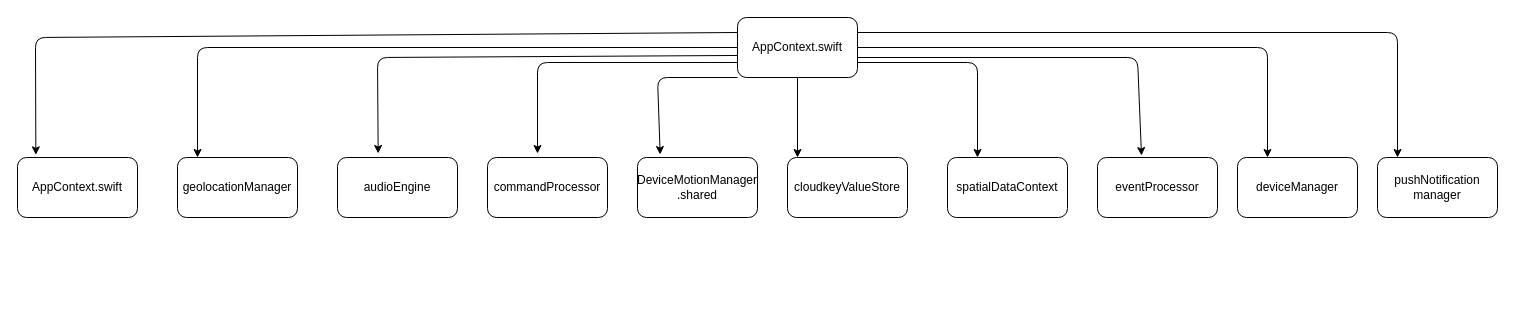
willdonlan8/test keeps this draw.io diagram as MicrosoftDraft.drawio. Above is the earlier version. Source tidied: cells renumbered, new cells numbered last; positions are measured from the earlier drawing's top-left corner, leaving out a move shared by most shapes. Both pictures are drawn from the tidied source at 100%, with x=0, y=0 at pixel (17, 17).
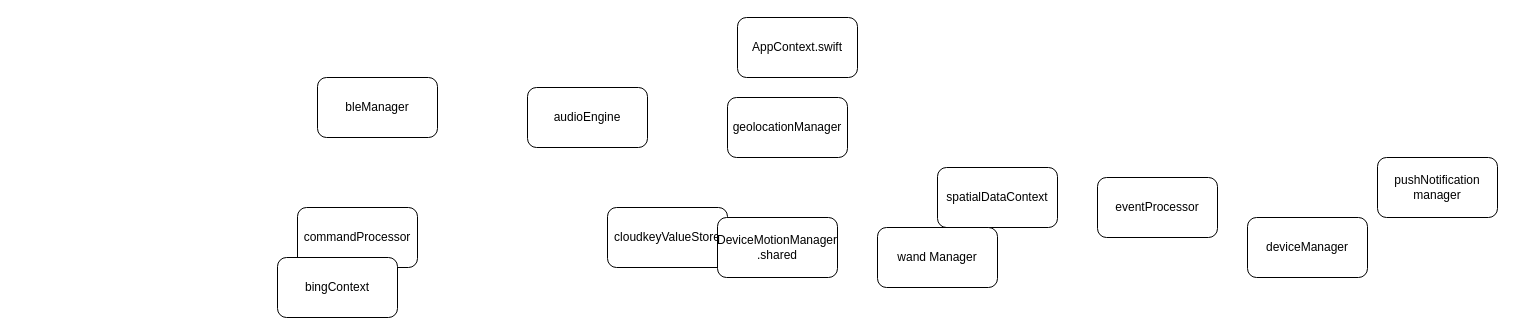
After the change.

The change refers to these unchanged cells:
```xml
<mxCell id="2" value="AppContext.swift" style="rounded=1;whiteSpace=wrap;html=1;" parent="1" vertex="1">
  <mxGeometry x="720" width="120" height="60" as="geometry" />
</mxCell>
<mxCell id="14" value="pushNotification&lt;br&gt;manager" style="rounded=1;whiteSpace=wrap;html=1;" parent="1" vertex="1">
  <mxGeometry x="1360" y="140" width="120" height="60" as="geometry" />
</mxCell>
```

Change to the diagram source:
```diff
@@
-    <mxCell id="3" style="endArrow=classic;html=1;exitX=0;exitY=0.25;exitDx=0;exitDy=0;entryX=0.153;entryY=-0.044;entryDx=0;entryDy=0;entryPerimeter=0;" parent="1" edge="1" source="2" target="10">
-      <mxGeometry relative="1" as="geometry">
-        <Array as="points">
-          <mxPoint x="18" y="20" />
-        </Array>
-      </mxGeometry>
-    </mxCell>
     <mxCell id="4" value="spatialDataContext" style="rounded=1;whiteSpace=wrap;html=1;" parent="1" vertex="1">
-      <mxGeometry x="930" y="140" width="120" height="60" as="geometry" />
+      <mxGeometry x="920" y="150" width="120" height="60" as="geometry" />
     </mxCell>
     <mxCell id="5" value="cloudkeyValueStore" style="rounded=1;whiteSpace=wrap;html=1;" parent="1" vertex="1">
-      <mxGeometry x="770" y="140" width="120" height="60" as="geometry" />
+      <mxGeometry x="590" y="190" width="120" height="60" as="geometry" />
     </mxCell>
     <mxCell id="6" value="DeviceMotionManager&lt;br&gt;.shared" style="rounded=1;whiteSpace=wrap;html=1;" parent="1" vertex="1">
-      <mxGeometry x="620" y="140" width="120" height="60" as="geometry" />
+      <mxGeometry x="700" y="200" width="120" height="60" as="geometry" />
     </mxCell>
     <mxCell id="7" value="audioEngine" style="rounded=1;whiteSpace=wrap;html=1;" parent="1" vertex="1">
-      <mxGeometry x="320" y="140" width="120" height="60" as="geometry" />
+      <mxGeometry x="510" y="70" width="120" height="60" as="geometry" />
     </mxCell>
     <mxCell id="8" value="commandProcessor" style="rounded=1;whiteSpace=wrap;html=1;" parent="1" vertex="1">
-      <mxGeometry x="470" y="140" width="120" height="60" as="geometry" />
+      <mxGeometry x="280" y="190" width="120" height="60" as="geometry" />
     </mxCell>
     <mxCell id="9" value="geolocationManager" style="rounded=1;whiteSpace=wrap;html=1;" parent="1" vertex="1">
-      <mxGeometry x="160" y="140" width="120" height="60" as="geometry" />
+      <mxGeometry x="710" y="80" width="120" height="60" as="geometry" />
     </mxCell>
-    <mxCell id="10" value="AppContext.swift" style="rounded=1;whiteSpace=wrap;html=1;" parent="1" vertex="1">
-      <mxGeometry y="140" width="120" height="60" as="geometry" />
-    </mxCell>
-    <mxCell id="11" style="endArrow=classic;html=1;exitX=0;exitY=0.5;exitDx=0;exitDy=0;entryX=0.167;entryY=0;entryDx=0;entryDy=0;entryPerimeter=0;" parent="1" edge="1" source="2" target="9">
-      <mxGeometry relative="1" as="geometry">
-        <Array as="points">
-          <mxPoint x="180" y="30" />
-        </Array>
-      </mxGeometry>
-    </mxCell>
     <mxCell id="12" value="eventProcessor" style="rounded=1;whiteSpace=wrap;html=1;" parent="1" vertex="1">
-      <mxGeometry x="1080" y="140" width="120" height="60" as="geometry" />
+      <mxGeometry x="1080" y="160" width="120" height="60" as="geometry" />
     </mxCell>
     <mxCell id="13" value="deviceManager" style="rounded=1;whiteSpace=wrap;html=1;" parent="1" vertex="1">
-      <mxGeometry x="1220" y="140" width="120" height="60" as="geometry" />
+      <mxGeometry x="1230" y="200" width="120" height="60" as="geometry" />
     </mxCell>
@@
-    <mxCell id="15" style="endArrow=classic;html=1;exitX=-0.003;exitY=0.633;exitDx=0;exitDy=0;exitPerimeter=0;entryX=0.339;entryY=-0.067;entryDx=0;entryDy=0;entryPerimeter=0;" parent="1" edge="1" source="2" target="7">
-      <mxGeometry relative="1" as="geometry">
-        <Array as="points">
-          <mxPoint x="360" y="40" />
-        </Array>
-      </mxGeometry>
-    </mxCell>
-    <mxCell id="16" style="endArrow=classic;html=1;exitX=0;exitY=0.75;exitDx=0;exitDy=0;" parent="1" edge="1" source="2">
-      <mxGeometry relative="1" as="geometry">
-        <mxPoint x="520" y="136" as="targetPoint" />
-        <Array as="points">
-          <mxPoint x="520" y="45" />
-        </Array>
-      </mxGeometry>
-    </mxCell>
-    <mxCell id="17" style="endArrow=classic;html=1;exitX=0;exitY=1;exitDx=0;exitDy=0;entryX=0.189;entryY=-0.05;entryDx=0;entryDy=0;entryPerimeter=0;" parent="1" edge="1" source="2" target="6">
-      <mxGeometry relative="1" as="geometry">
-        <Array as="points">
-          <mxPoint x="640" y="60" />
-        </Array>
-      </mxGeometry>
-    </mxCell>
-    <mxCell id="18" style="endArrow=classic;html=1;exitX=0.5;exitY=1;exitDx=0;exitDy=0;" parent="1" edge="1" source="2">
-      <mxGeometry relative="1" as="geometry">
-        <mxPoint x="780" y="140" as="targetPoint" />
-      </mxGeometry>
-    </mxCell>
-    <mxCell id="19" style="endArrow=classic;html=1;exitX=1;exitY=0.75;exitDx=0;exitDy=0;entryX=0.25;entryY=0;entryDx=0;entryDy=0;" parent="1" edge="1" source="2" target="4">
-      <mxGeometry relative="1" as="geometry">
-        <Array as="points">
-          <mxPoint x="960" y="45" />
-        </Array>
-      </mxGeometry>
-    </mxCell>
-    <mxCell id="20" style="endArrow=classic;html=1;" parent="1" edge="1">
-      <mxGeometry relative="1" as="geometry">
-        <mxPoint x="840" y="40" as="sourcePoint" />
-        <mxPoint x="1124" y="138" as="targetPoint" />
-        <Array as="points">
-          <mxPoint x="1120" y="40" />
-        </Array>
-      </mxGeometry>
-    </mxCell>
-    <mxCell id="21" style="endArrow=classic;html=1;exitX=1;exitY=0.5;exitDx=0;exitDy=0;entryX=0.25;entryY=0;entryDx=0;entryDy=0;" parent="1" edge="1" source="2" target="13">
-      <mxGeometry relative="1" as="geometry">
-        <Array as="points">
-          <mxPoint x="1250" y="30" />
-        </Array>
-      </mxGeometry>
-    </mxCell>
-    <mxCell id="22" style="endArrow=classic;html=1;exitX=1;exitY=0.25;exitDx=0;exitDy=0;entryX=0.167;entryY=0;entryDx=0;entryDy=0;entryPerimeter=0;" parent="1" edge="1" source="2" target="14">
-      <mxGeometry relative="1" as="geometry">
-        <Array as="points">
-          <mxPoint x="1380" y="15" />
-        </Array>
-      </mxGeometry>
-    </mxCell>
+    <mxCell id="23" value="bingContext" style="rounded=1;whiteSpace=wrap;html=1;" parent="1" vertex="1">
+      <mxGeometry x="260" y="240" width="120" height="60" as="geometry" />
+    </mxCell>
+    <mxCell id="24" value="bleManager" style="rounded=1;whiteSpace=wrap;html=1;" parent="1" vertex="1">
+      <mxGeometry x="300" y="60" width="120" height="60" as="geometry" />
+    </mxCell>
+    <mxCell id="25" value="wand Manager" style="rounded=1;whiteSpace=wrap;html=1;" parent="1" vertex="1">
+      <mxGeometry x="860" y="210" width="120" height="60" as="geometry" />
+    </mxCell>
```
